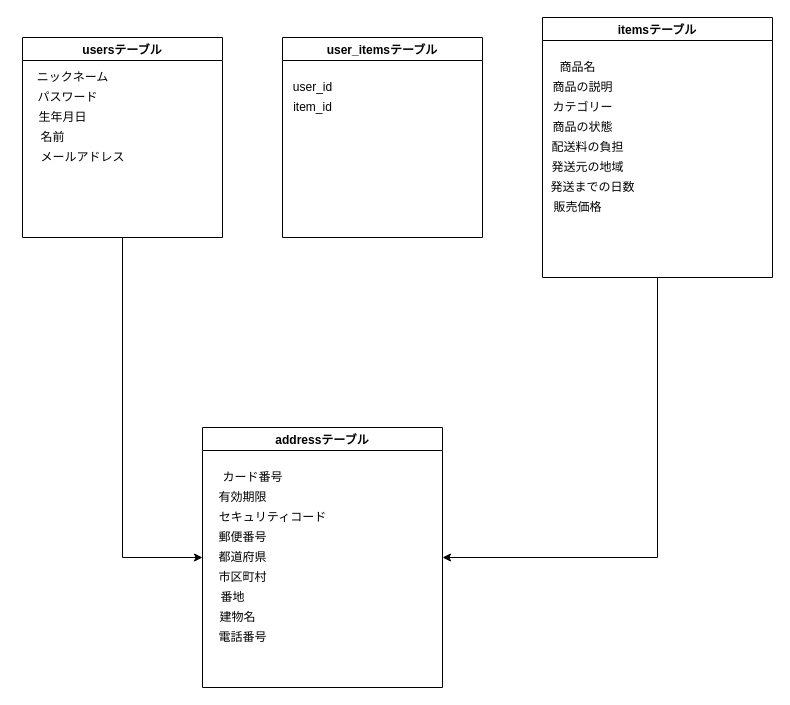
Before: furima.dio in shu0405/furima-33081, a draw.io diagram. Source tidied: cells renumbered, new cells numbered last; positions are measured from the earlier drawing's top-left corner, leaving out a move shared by most shapes. Both pictures are drawn from the tidied source at 100%, with x=0, y=0 at pixel (22, 17).
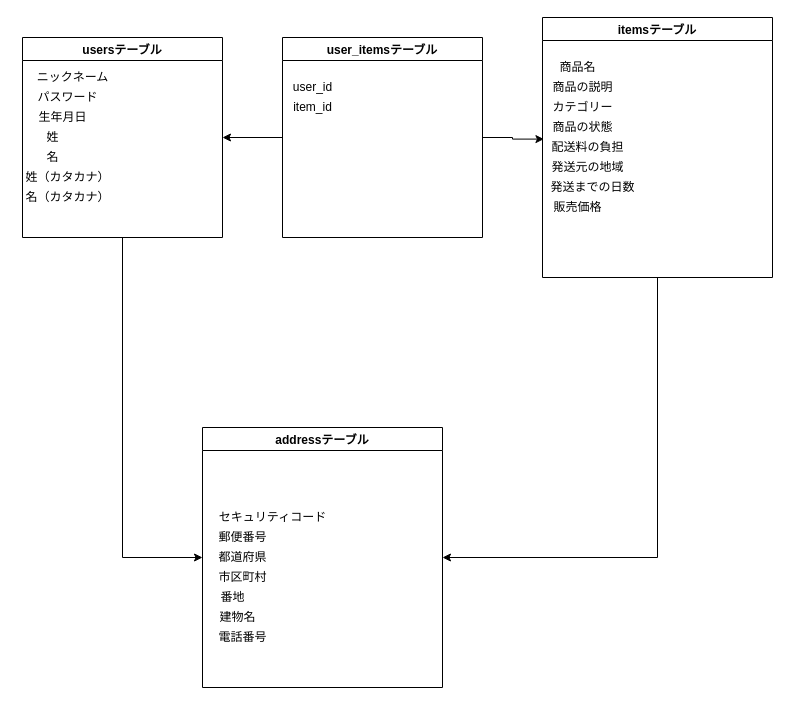
After the change.

Commit message (it also covers changes not shown here):
データベースの制約、アソシエーションの修正

The change refers to these unchanged cells:
```xml
<mxCell id="4" value="usersテーブル" style="swimlane;" parent="1" vertex="1">
  <mxGeometry y="20" width="200" height="200" as="geometry" />
</mxCell>
<mxCell id="14" value="配送料の負担" style="text;html=1;align=center;verticalAlign=middle;points=[];" parent="11" vertex="1">
  <mxGeometry y="120" width="90" height="20" as="geometry" />
</mxCell>
<mxCell id="20" value="addressテーブル" style="swimlane;" parent="1" vertex="1">
  <mxGeometry x="180" y="410" width="240" height="260" as="geometry" />
</mxCell>
<mxCell id="30" value="user_itemsテーブル" style="swimlane;" parent="1" vertex="1">
  <mxGeometry x="260" y="20" width="200" height="200" as="geometry" />
</mxCell>
```

Diff of the diagram source:
```diff
@@
-    <mxCell id="8" value="名前" style="text;html=1;align=center;verticalAlign=middle;" parent="4" vertex="1">
-      <mxGeometry x="10" y="90" width="40" height="20" as="geometry" />
+    <mxCell id="8" value="姓" style="text;html=1;align=center;verticalAlign=middle;" parent="4" vertex="1">
+      <mxGeometry x="15" y="90" width="30" height="20" as="geometry" />
     </mxCell>
-    <mxCell id="9" value="メールアドレス" style="text;html=1;align=center;verticalAlign=middle;" parent="4" vertex="1">
-      <mxGeometry x="10" y="110" width="100" height="20" as="geometry" />
+    <mxCell id="9" value="名" style="text;html=1;align=center;verticalAlign=middle;" parent="4" vertex="1">
+      <mxGeometry x="15" y="110" width="30" height="20" as="geometry" />
     </mxCell>
+    <mxCell id="33" value="姓（カタカナ）" style="text;html=1;align=center;verticalAlign=middle;" parent="4" vertex="1">
+      <mxGeometry x="-5" y="130" width="100" height="20" as="geometry" />
+    </mxCell>
+    <mxCell id="34" value="名（カタカナ）" style="text;html=1;align=center;verticalAlign=middle;" parent="4" vertex="1">
+      <mxGeometry x="-5" y="150" width="100" height="20" as="geometry" />
+    </mxCell>
@@
-    <mxCell id="22" value="有効期限" style="text;html=1;align=center;verticalAlign=middle;" parent="20" vertex="1">
-      <mxGeometry x="10" y="60" width="60" height="20" as="geometry" />
-    </mxCell>
-    <mxCell id="23" value="カード番号" style="text;html=1;align=center;verticalAlign=middle;" parent="20" vertex="1">
-      <mxGeometry x="10" y="40" width="80" height="20" as="geometry" />
-    </mxCell>
@@
+    <mxCell id="35" style="edgeStyle=orthogonalEdgeStyle;rounded=0;jettySize=auto;html=1;exitX=0;exitY=0.5;exitDx=0;exitDy=0;entryX=1;entryY=0.5;entryDx=0;entryDy=0;" parent="1" edge="1" source="30" target="4">
+      <mxGeometry relative="1" as="geometry" />
+    </mxCell>
+    <mxCell id="36" style="edgeStyle=orthogonalEdgeStyle;rounded=0;jettySize=auto;html=1;exitX=1;exitY=0.5;exitDx=0;exitDy=0;entryX=0.016;entryY=0.08;entryDx=0;entryDy=0;entryPerimeter=0;" parent="1" edge="1" source="30" target="14">
+      <mxGeometry relative="1" as="geometry" />
+    </mxCell>
```
